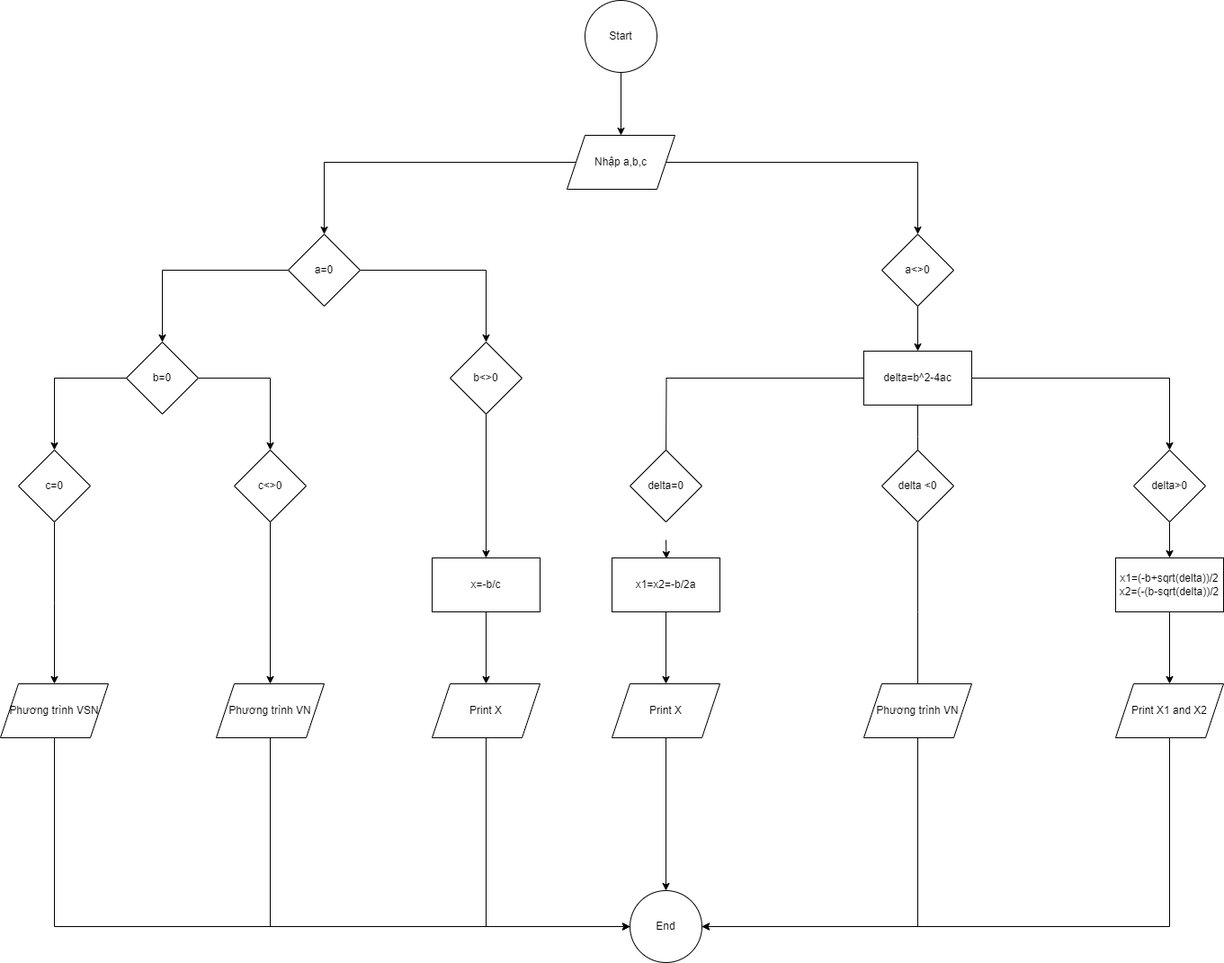
Earlier version of the draw.io export pt_bac2.drawio.png (tramhuong165/-Programming-Fundamental). Source tidied: cells renumbered, new cells last; positions are measured from the earlier drawing's top-left corner, leaving out a move shared by most shapes. Its diagram source:
```xml
<mxGraphModel>
  <root>
    <mxCell id="0" />
    <mxCell id="1" parent="0" />
    <mxCell id="2" style="edgeStyle=orthogonalEdgeStyle;rounded=0;jettySize=auto;html=1;" parent="1" edge="1" source="3" target="42">
      <mxGeometry relative="1" as="geometry" />
    </mxCell>
    <mxCell id="3" value="x1=x2=-b/2a" style="rounded=0;whiteSpace=wrap;html=1;" parent="1" vertex="1">
      <mxGeometry x="680" y="620" width="120" height="60" as="geometry" />
    </mxCell>
    <mxCell id="4" style="edgeStyle=orthogonalEdgeStyle;rounded=0;jettySize=auto;html=1;" parent="1" edge="1" source="5" target="44">
      <mxGeometry relative="1" as="geometry" />
    </mxCell>
    <mxCell id="5" value="x1=(-b+sqrt(delta))/2&lt;div&gt;x2=(-(b-sqrt(delta))/2&lt;br&gt;&lt;/div&gt;" style="rounded=0;whiteSpace=wrap;html=1;" parent="1" vertex="1">
      <mxGeometry x="1240" y="620" width="120" height="60" as="geometry" />
    </mxCell>
    <mxCell id="6" style="edgeStyle=orthogonalEdgeStyle;rounded=0;jettySize=auto;html=1;entryX=0.5;entryY=0;entryDx=0;entryDy=0;" parent="1" edge="1" source="7" target="10">
      <mxGeometry relative="1" as="geometry" />
    </mxCell>
    <mxCell id="7" value="Start" style="ellipse;whiteSpace=wrap;html=1;" parent="1" vertex="1">
      <mxGeometry x="650" width="80" height="80" as="geometry" />
    </mxCell>
    <mxCell id="8" style="edgeStyle=orthogonalEdgeStyle;rounded=0;jettySize=auto;html=1;" parent="1" edge="1" source="10" target="13">
      <mxGeometry relative="1" as="geometry" />
    </mxCell>
    <mxCell id="9" style="edgeStyle=orthogonalEdgeStyle;rounded=0;jettySize=auto;html=1;exitX=1;exitY=0.5;exitDx=0;exitDy=0;" parent="1" edge="1" source="10" target="15">
      <mxGeometry relative="1" as="geometry" />
    </mxCell>
    <mxCell id="10" value="Nhập a,b,c" style="shape=parallelogram;perimeter=parallelogramPerimeter;whiteSpace=wrap;html=1;fixedSize=1;" parent="1" vertex="1">
      <mxGeometry x="630" y="150" width="120" height="60" as="geometry" />
    </mxCell>
    <mxCell id="11" style="edgeStyle=orthogonalEdgeStyle;rounded=0;jettySize=auto;html=1;" parent="1" edge="1" source="13" target="18">
      <mxGeometry relative="1" as="geometry" />
    </mxCell>
    <mxCell id="12" style="edgeStyle=orthogonalEdgeStyle;rounded=0;jettySize=auto;html=1;exitX=1;exitY=0.5;exitDx=0;exitDy=0;" parent="1" edge="1" source="13" target="20">
      <mxGeometry relative="1" as="geometry" />
    </mxCell>
    <mxCell id="13" value="a=0" style="rhombus;whiteSpace=wrap;html=1;" parent="1" vertex="1">
      <mxGeometry x="320" y="260" width="80" height="80" as="geometry" />
    </mxCell>
    <mxCell id="14" style="edgeStyle=orthogonalEdgeStyle;rounded=0;jettySize=auto;html=1;" parent="1" edge="1" source="15" target="28">
      <mxGeometry relative="1" as="geometry" />
    </mxCell>
    <mxCell id="15" value="a&amp;lt;&amp;gt;0" style="rhombus;whiteSpace=wrap;html=1;" parent="1" vertex="1">
      <mxGeometry x="980" y="260" width="80" height="80" as="geometry" />
    </mxCell>
    <mxCell id="16" style="edgeStyle=orthogonalEdgeStyle;rounded=0;jettySize=auto;html=1;" parent="1" edge="1" source="18" target="22">
      <mxGeometry relative="1" as="geometry" />
    </mxCell>
    <mxCell id="17" style="edgeStyle=orthogonalEdgeStyle;rounded=0;jettySize=auto;html=1;" parent="1" edge="1" source="18" target="24">
      <mxGeometry relative="1" as="geometry" />
    </mxCell>
    <mxCell id="18" value="b=0" style="rhombus;whiteSpace=wrap;html=1;" parent="1" vertex="1">
      <mxGeometry x="140" y="380" width="80" height="80" as="geometry" />
    </mxCell>
    <mxCell id="19" style="edgeStyle=orthogonalEdgeStyle;rounded=0;jettySize=auto;html=1;" parent="1" edge="1" source="20" target="30">
      <mxGeometry relative="1" as="geometry" />
    </mxCell>
    <mxCell id="20" value="b&amp;lt;&amp;gt;0" style="rhombus;whiteSpace=wrap;html=1;" parent="1" vertex="1">
      <mxGeometry x="500" y="380" width="80" height="80" as="geometry" />
    </mxCell>
    <mxCell id="21" style="edgeStyle=orthogonalEdgeStyle;rounded=0;jettySize=auto;html=1;" parent="1" edge="1" source="22">
      <mxGeometry relative="1" as="geometry">
        <mxPoint x="60" y="760" as="targetPoint" />
      </mxGeometry>
    </mxCell>
    <mxCell id="22" value="c=0" style="rhombus;whiteSpace=wrap;html=1;" parent="1" vertex="1">
      <mxGeometry x="20" y="500" width="80" height="80" as="geometry" />
    </mxCell>
    <mxCell id="23" style="edgeStyle=orthogonalEdgeStyle;rounded=0;jettySize=auto;html=1;" parent="1" edge="1" source="24" target="40">
      <mxGeometry relative="1" as="geometry" />
    </mxCell>
    <mxCell id="24" value="c&amp;lt;&amp;gt;0" style="rhombus;whiteSpace=wrap;html=1;" parent="1" vertex="1">
      <mxGeometry x="260" y="500" width="80" height="80" as="geometry" />
    </mxCell>
    <mxCell id="25" style="edgeStyle=orthogonalEdgeStyle;rounded=0;jettySize=auto;html=1;" parent="1" edge="1" source="28">
      <mxGeometry relative="1" as="geometry">
        <mxPoint x="740" y="520" as="targetPoint" />
      </mxGeometry>
    </mxCell>
    <mxCell id="26" style="edgeStyle=orthogonalEdgeStyle;rounded=0;jettySize=auto;html=1;" parent="1" edge="1" source="28">
      <mxGeometry relative="1" as="geometry">
        <mxPoint x="1020" y="520" as="targetPoint" />
      </mxGeometry>
    </mxCell>
    <mxCell id="27" style="edgeStyle=orthogonalEdgeStyle;rounded=0;jettySize=auto;html=1;" parent="1" edge="1" source="28" target="36">
      <mxGeometry relative="1" as="geometry" />
    </mxCell>
    <mxCell id="28" value="delta=b^2-4ac" style="rounded=0;whiteSpace=wrap;html=1;" parent="1" vertex="1">
      <mxGeometry x="960" y="390" width="120" height="60" as="geometry" />
    </mxCell>
    <mxCell id="29" style="edgeStyle=orthogonalEdgeStyle;rounded=0;jettySize=auto;html=1;" parent="1" edge="1" source="30" target="38">
      <mxGeometry relative="1" as="geometry" />
    </mxCell>
    <mxCell id="30" value="x=-b/c" style="whiteSpace=wrap;html=1;" parent="1" vertex="1">
      <mxGeometry x="480" y="620" width="120" height="60" as="geometry" />
    </mxCell>
    <mxCell id="31" style="edgeStyle=orthogonalEdgeStyle;rounded=0;jettySize=auto;html=1;" parent="1" edge="1" target="3">
      <mxGeometry relative="1" as="geometry">
        <mxPoint x="740" y="600" as="sourcePoint" />
      </mxGeometry>
    </mxCell>
    <mxCell id="32" value="delta=0" style="rhombus;whiteSpace=wrap;html=1;rounded=0;" parent="1" vertex="1">
      <mxGeometry x="700" y="500" width="80" height="80" as="geometry" />
    </mxCell>
    <mxCell id="33" style="edgeStyle=orthogonalEdgeStyle;rounded=0;jettySize=auto;html=1;" parent="1" edge="1" source="34">
      <mxGeometry relative="1" as="geometry">
        <mxPoint x="1020" y="780" as="targetPoint" />
      </mxGeometry>
    </mxCell>
    <mxCell id="34" value="delta &amp;lt;0" style="rhombus;whiteSpace=wrap;html=1;" parent="1" vertex="1">
      <mxGeometry x="980" y="500" width="80" height="80" as="geometry" />
    </mxCell>
    <mxCell id="35" style="edgeStyle=orthogonalEdgeStyle;rounded=0;jettySize=auto;html=1;" parent="1" edge="1" source="36" target="5">
      <mxGeometry relative="1" as="geometry" />
    </mxCell>
    <mxCell id="36" value="delta&amp;gt;0" style="rhombus;whiteSpace=wrap;html=1;" parent="1" vertex="1">
      <mxGeometry x="1260" y="500" width="80" height="80" as="geometry" />
    </mxCell>
    <mxCell id="37" style="edgeStyle=orthogonalEdgeStyle;rounded=0;jettySize=auto;html=1;entryX=0;entryY=0.5;entryDx=0;entryDy=0;exitX=0.5;exitY=1;exitDx=0;exitDy=0;" parent="1" edge="1" source="38" target="49">
      <mxGeometry relative="1" as="geometry" />
    </mxCell>
    <mxCell id="38" value="Print X" style="shape=parallelogram;perimeter=parallelogramPerimeter;whiteSpace=wrap;html=1;fixedSize=1;" parent="1" vertex="1">
      <mxGeometry x="480" y="760" width="120" height="60" as="geometry" />
    </mxCell>
    <mxCell id="39" style="edgeStyle=orthogonalEdgeStyle;rounded=0;jettySize=auto;html=1;entryX=0;entryY=0.5;entryDx=0;entryDy=0;exitX=0.5;exitY=1;exitDx=0;exitDy=0;" parent="1" edge="1" source="40" target="49">
      <mxGeometry relative="1" as="geometry" />
    </mxCell>
    <mxCell id="40" value="Phương trình VN" style="shape=parallelogram;perimeter=parallelogramPerimeter;whiteSpace=wrap;html=1;fixedSize=1;" parent="1" vertex="1">
      <mxGeometry x="240" y="760" width="120" height="60" as="geometry" />
    </mxCell>
    <mxCell id="41" style="edgeStyle=orthogonalEdgeStyle;rounded=0;jettySize=auto;html=1;" parent="1" edge="1" source="42" target="49">
      <mxGeometry relative="1" as="geometry" />
    </mxCell>
    <mxCell id="42" value="Print X" style="shape=parallelogram;perimeter=parallelogramPerimeter;whiteSpace=wrap;html=1;fixedSize=1;" parent="1" vertex="1">
      <mxGeometry x="680" y="760" width="120" height="60" as="geometry" />
    </mxCell>
    <mxCell id="43" style="edgeStyle=orthogonalEdgeStyle;rounded=0;jettySize=auto;html=1;entryX=1;entryY=0.5;entryDx=0;entryDy=0;exitX=0.5;exitY=1;exitDx=0;exitDy=0;" parent="1" edge="1" source="44" target="49">
      <mxGeometry relative="1" as="geometry" />
    </mxCell>
    <mxCell id="44" value="Print X1 and X2" style="shape=parallelogram;perimeter=parallelogramPerimeter;whiteSpace=wrap;html=1;fixedSize=1;" parent="1" vertex="1">
      <mxGeometry x="1240" y="760" width="120" height="60" as="geometry" />
    </mxCell>
    <mxCell id="45" style="edgeStyle=orthogonalEdgeStyle;rounded=0;jettySize=auto;html=1;entryX=1;entryY=0.5;entryDx=0;entryDy=0;exitX=0.5;exitY=1;exitDx=0;exitDy=0;" parent="1" edge="1" source="46" target="49">
      <mxGeometry relative="1" as="geometry" />
    </mxCell>
    <mxCell id="46" value="Phương trình VN" style="shape=parallelogram;perimeter=parallelogramPerimeter;whiteSpace=wrap;html=1;fixedSize=1;" parent="1" vertex="1">
      <mxGeometry x="960" y="760" width="120" height="60" as="geometry" />
    </mxCell>
    <mxCell id="47" style="edgeStyle=orthogonalEdgeStyle;rounded=0;jettySize=auto;html=1;exitX=0.5;exitY=1;exitDx=0;exitDy=0;entryX=0;entryY=0.5;entryDx=0;entryDy=0;" parent="1" edge="1" source="48" target="49">
      <mxGeometry relative="1" as="geometry" />
    </mxCell>
    <mxCell id="48" value="Phương trình VSN" style="shape=parallelogram;perimeter=parallelogramPerimeter;whiteSpace=wrap;html=1;fixedSize=1;" parent="1" vertex="1">
      <mxGeometry y="760" width="120" height="60" as="geometry" />
    </mxCell>
    <mxCell id="49" value="End" style="ellipse;whiteSpace=wrap;html=1;" parent="1" vertex="1">
      <mxGeometry x="700" y="990" width="80" height="80" as="geometry" />
    </mxCell>
    <mxCell id="50" style="edgeStyle=orthogonalEdgeStyle;rounded=0;orthogonalLoop=1;jettySize=auto;html=1;exitX=0.5;exitY=1;exitDx=0;exitDy=0;" parent="1" edge="1" source="5" target="5">
      <mxGeometry relative="1" as="geometry" />
    </mxCell>
  </root>
</mxGraphModel>
```
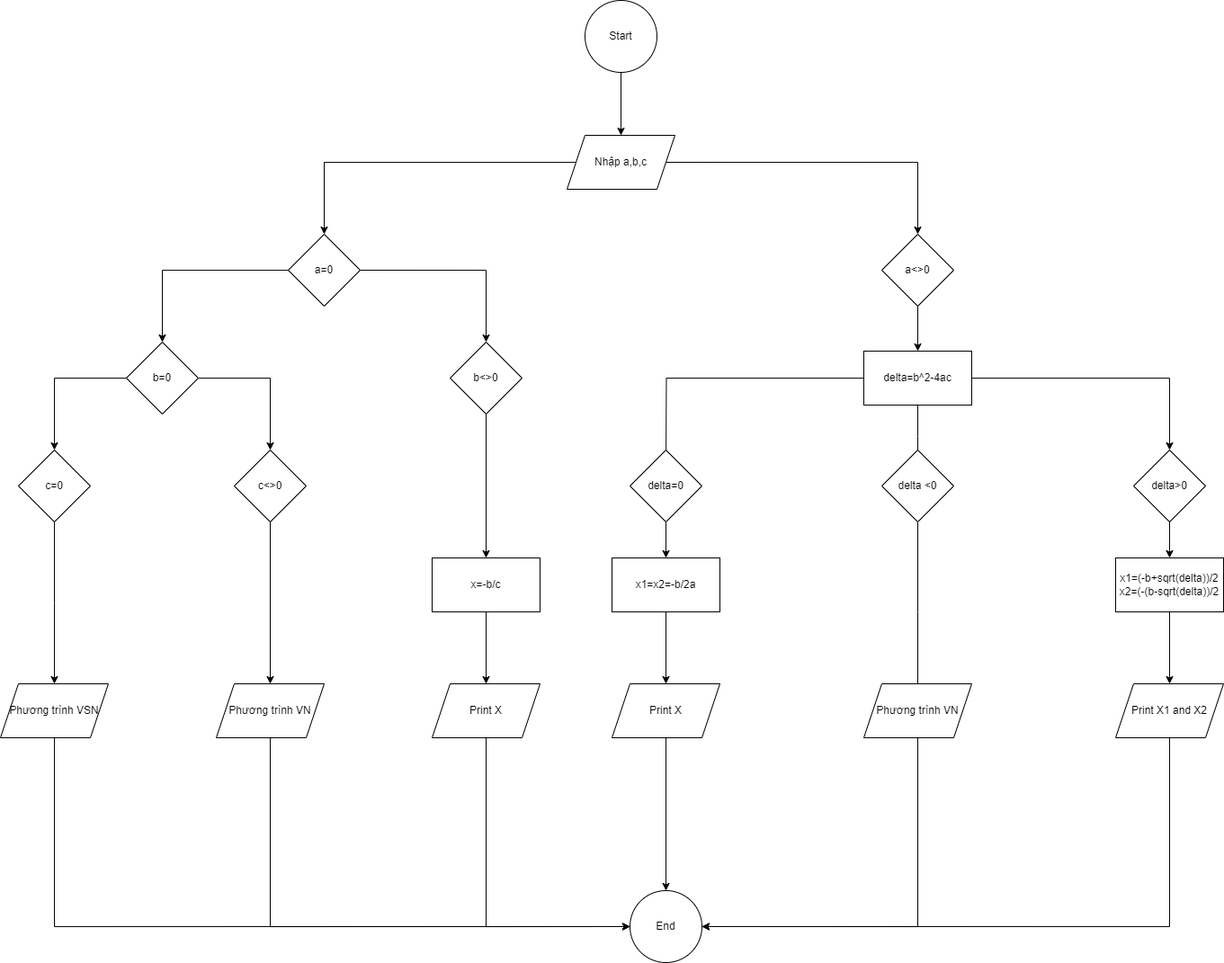
After the change.

What changed in the source:
```diff
@@ -95,11 +95,9 @@
     <mxCell id="30" value="x=-b/c" style="whiteSpace=wrap;html=1;" parent="1" vertex="1">
       <mxGeometry x="480" y="620" width="120" height="60" as="geometry" />
     </mxCell>
-    <mxCell id="31" style="edgeStyle=orthogonalEdgeStyle;rounded=0;jettySize=auto;html=1;" parent="1" edge="1" target="3">
-      <mxGeometry relative="1" as="geometry">
-        <mxPoint x="740" y="600" as="sourcePoint" />
-      </mxGeometry>
-    </mxCell>
+    <mxCell id="51" style="edgeStyle=orthogonalEdgeStyle;rounded=0;jettySize=auto;html=1;" parent="1" edge="1" source="32" target="3">
+      <mxGeometry relative="1" as="geometry" />
+    </mxCell>
     <mxCell id="32" value="delta=0" style="rhombus;whiteSpace=wrap;html=1;rounded=0;" parent="1" vertex="1">
       <mxGeometry x="700" y="500" width="80" height="80" as="geometry" />
     </mxCell>
```
